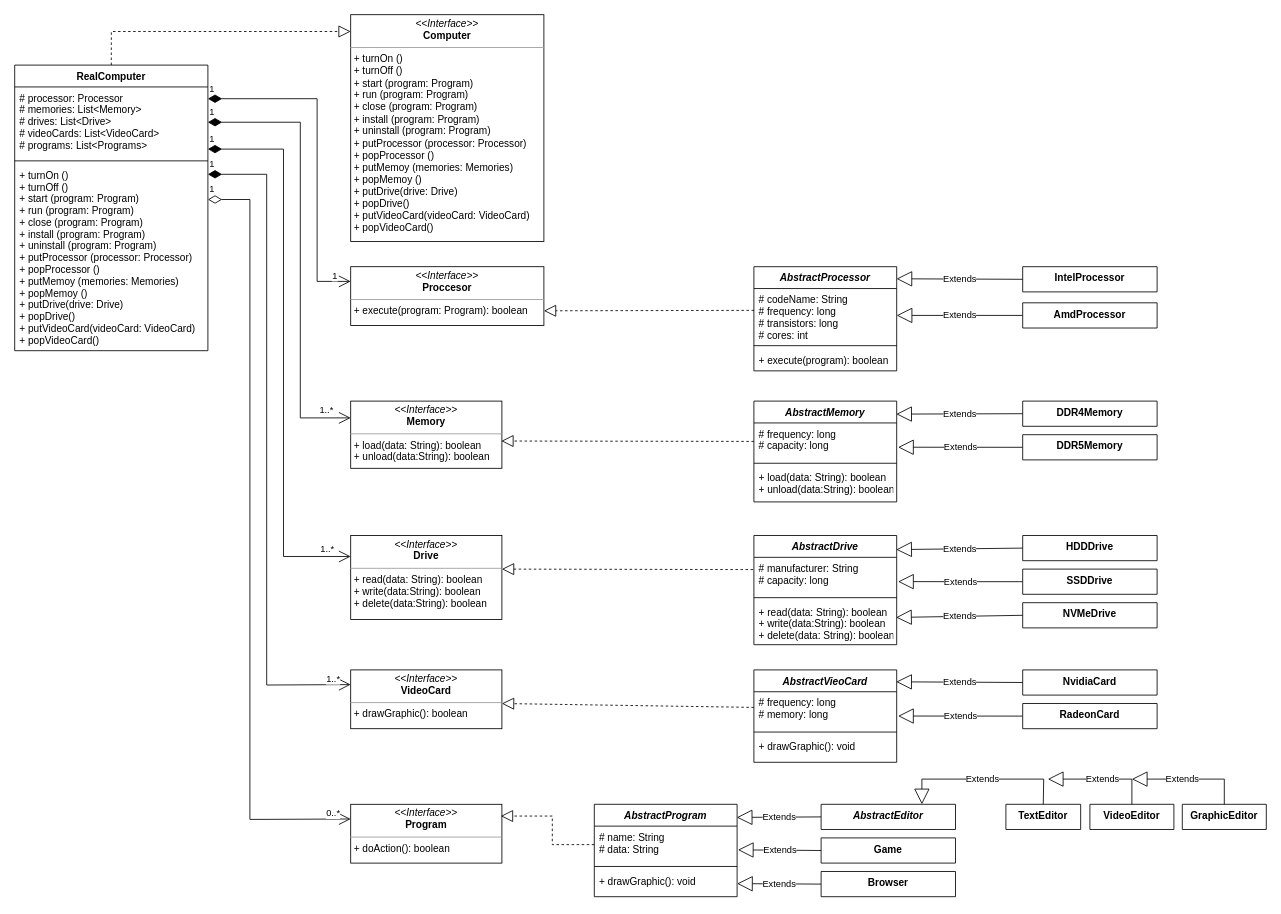
This is src/structural/bridge/bridge.drawio from SichniyAndriy/Avada_Task-5_Patterns, a draw.io file, before an edit. Source tidied: cells renumbered, new cells numbered last; positions are measured from the earlier drawing's top-left corner, leaving out a move shared by most shapes. Both pictures are drawn from the tidied source at 84%, with x=0, y=0 at pixel (14, 14).
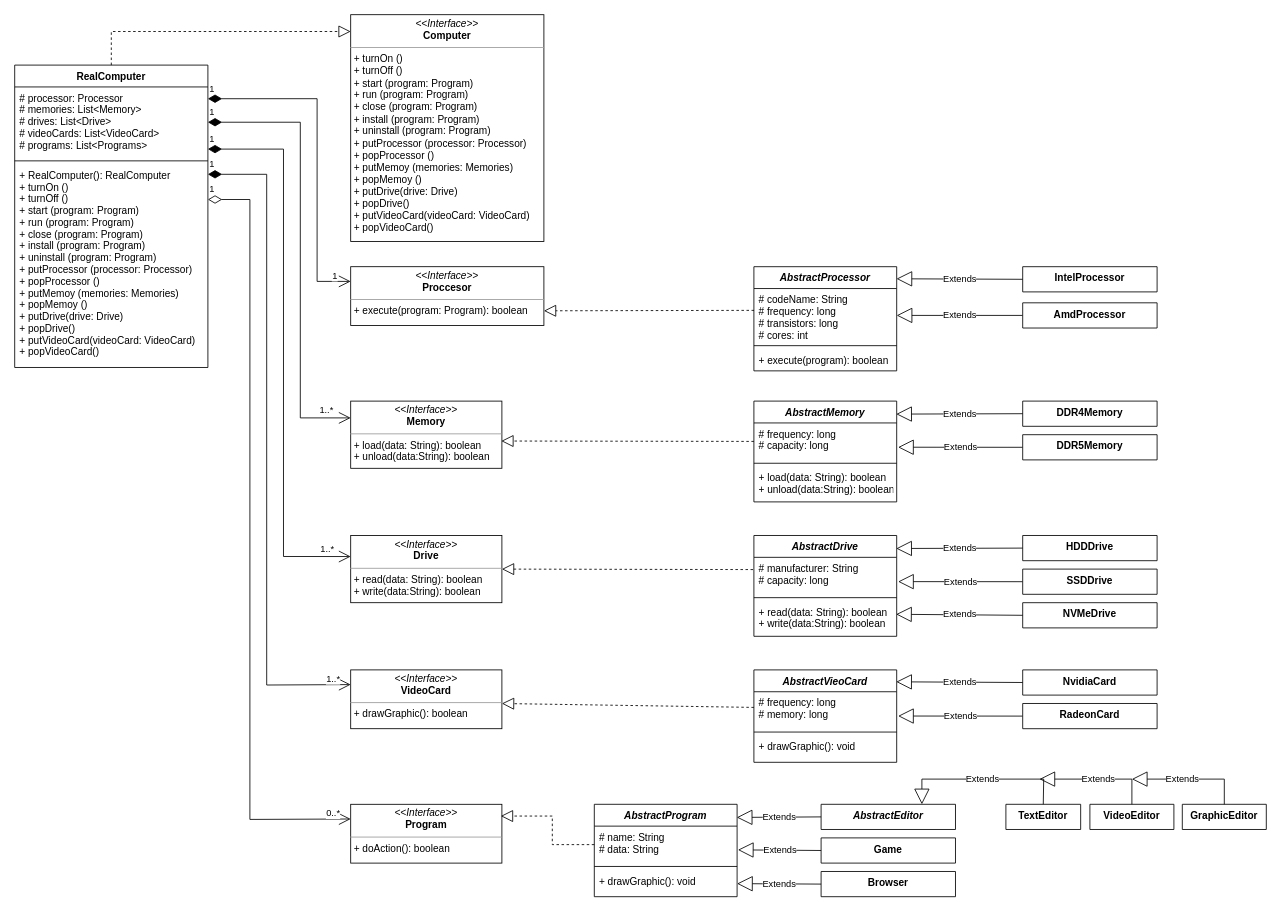
The same page after the edit.

Commit message (it also covers changes not shown here):
fix bridge diagram

The change refers to these unchanged cells:
```xml
<mxCell id="4" value="# processor: Processor&#10;# memories: List&lt;Memory&gt;&#10;# drives: List&lt;Drive&gt;&#10;# videoCards: List&lt;VideoCard&gt;&#10;# programs: List&lt;Programs&gt;" style="text;strokeColor=none;fillColor=none;align=left;verticalAlign=top;spacingLeft=4;spacingRight=4;overflow=hidden;points=[[0,0.5],[1,0.5]];portConstraint=eastwest;" parent="3" vertex="1">
  <mxGeometry y="26" width="230" height="84" as="geometry" />
</mxCell>
<mxCell id="66" value="VideoEditor" style="swimlane;fontStyle=1;align=center;verticalAlign=top;horizontal=1;startSize=52;" parent="1" vertex="1">
  <mxGeometry x="1280" y="940" width="100" height="30" as="geometry" />
</mxCell>
```

The edit, as a diff of the source:
```diff
@@
     <mxCell id="3" value="RealComputer" style="swimlane;fontStyle=1;align=center;verticalAlign=top;horizontal=1;startSize=26;" parent="1" vertex="1">
-      <mxGeometry y="60" width="230" height="340" as="geometry" />
+      <mxGeometry y="60" width="230" height="360" as="geometry" />
     </mxCell>
@@
-    <mxCell id="6" value="+ turnOn ()&#10;+ turnOff ()&#10;+ start (program: Program)&#10;+ run (program: Program)&#10;+ close (program: Program)&#10;+ install (program: Program)&#10;+ uninstall (program: Program)&#10;+ putProcessor (processor: Processor)&#10;+ popProcessor ()&#10;+ putMemoy (memories: Memories)&#10;+ popMemoy ()&#10;+ putDrive(drive: Drive)&#10;+ popDrive()&#10;+ putVideoCard(videoCard: VideoCard)&#10;+ popVideoCard()" style="text;strokeColor=none;fillColor=none;align=left;verticalAlign=top;spacingLeft=4;spacingRight=4;overflow=hidden;" parent="3" vertex="1">
-      <mxGeometry y="118" width="230" height="222" as="geometry" />
+    <mxCell id="6" value="+ RealComputer(): RealComputer&#10;+ turnOn ()&#10;+ turnOff ()&#10;+ start (program: Program)&#10;+ run (program: Program)&#10;+ close (program: Program)&#10;+ install (program: Program)&#10;+ uninstall (program: Program)&#10;+ putProcessor (processor: Processor)&#10;+ popProcessor ()&#10;+ putMemoy (memories: Memories)&#10;+ popMemoy ()&#10;+ putDrive(drive: Drive)&#10;+ popDrive()&#10;+ putVideoCard(videoCard: VideoCard)&#10;+ popVideoCard()" style="text;strokeColor=none;fillColor=none;align=left;verticalAlign=top;spacingLeft=4;spacingRight=4;overflow=hidden;" parent="3" vertex="1">
+      <mxGeometry y="118" width="230" height="242" as="geometry" />
     </mxCell>
@@
-    <mxCell id="28" value="&lt;p style=&quot;margin:0px;margin-top:4px;text-align:center;&quot;&gt;&lt;i&gt;&amp;lt;&amp;lt;Interface&amp;gt;&amp;gt;&lt;/i&gt;&lt;br&gt;&lt;b&gt;Drive&lt;/b&gt;&lt;/p&gt;&lt;hr size=&quot;1&quot;&gt;&lt;p style=&quot;margin:0px;margin-left:4px;&quot;&gt;+ read(data: String): boolean&lt;/p&gt;&lt;p style=&quot;margin:0px;margin-left:4px;&quot;&gt;+ write(data:String): boolean&lt;/p&gt;&lt;p style=&quot;margin:0px;margin-left:4px;&quot;&gt;+ delete(data:String): boolean&lt;br&gt;&lt;/p&gt;" style="verticalAlign=top;align=left;overflow=fill;fontSize=12;fontFamily=Helvetica;html=1;" parent="1" vertex="1">
-      <mxGeometry x="400" y="620" width="180" height="100" as="geometry" />
+    <mxCell id="28" value="&lt;p style=&quot;margin:0px;margin-top:4px;text-align:center;&quot;&gt;&lt;i&gt;&amp;lt;&amp;lt;Interface&amp;gt;&amp;gt;&lt;/i&gt;&lt;br&gt;&lt;b&gt;Drive&lt;/b&gt;&lt;/p&gt;&lt;hr size=&quot;1&quot;&gt;&lt;p style=&quot;margin:0px;margin-left:4px;&quot;&gt;+ read(data: String): boolean&lt;/p&gt;&lt;p style=&quot;margin:0px;margin-left:4px;&quot;&gt;+ write(data:String): boolean&lt;/p&gt;&lt;p style=&quot;margin:0px;margin-left:4px;&quot;&gt;&lt;br&gt;&lt;/p&gt;" style="verticalAlign=top;align=left;overflow=fill;fontSize=12;fontFamily=Helvetica;html=1;" parent="1" vertex="1">
+      <mxGeometry x="400" y="620" width="180" height="80" as="geometry" />
     </mxCell>
     <mxCell id="29" value="AbstractDrive" style="swimlane;fontStyle=3;align=center;verticalAlign=top;horizontal=1;startSize=26;" parent="1" vertex="1">
-      <mxGeometry x="880" y="620" width="170" height="130" as="geometry" />
+      <mxGeometry x="880" y="620" width="170" height="120" as="geometry" />
     </mxCell>
@@
-    <mxCell id="32" value="+ read(data: String): boolean&#10;+ write(data:String): boolean&#10;+ delete(data: String): boolean" style="text;strokeColor=none;fillColor=none;align=left;verticalAlign=top;spacingLeft=4;spacingRight=4;overflow=hidden;points=[[0,0.5],[1,0.5]];portConstraint=eastwest;" parent="29" vertex="1">
-      <mxGeometry y="78" width="170" height="52" as="geometry" />
+    <mxCell id="32" value="+ read(data: String): boolean&#10;+ write(data:String): boolean" style="text;strokeColor=none;fillColor=none;align=left;verticalAlign=top;spacingLeft=4;spacingRight=4;overflow=hidden;points=[[0,0.5],[1,0.5]];portConstraint=eastwest;" parent="29" vertex="1">
+      <mxGeometry y="78" width="170" height="42" as="geometry" />
     </mxCell>
@@
-    <mxCell id="59" value="1" style="endArrow=open;html=1;endSize=12;startArrow=diamondThin;startSize=14;startFill=1;align=left;verticalAlign=bottom;rounded=0;exitX=1;exitY=0.881;exitDx=0;exitDy=0;exitPerimeter=0;entryX=0;entryY=0.25;entryDx=0;entryDy=0;" parent="1" edge="1" source="4" target="28">
+    <mxCell id="59" value="1" style="endArrow=open;html=1;endSize=12;startArrow=diamondThin;startSize=14;startFill=1;align=left;verticalAlign=bottom;rounded=0;exitX=1;exitY=0.881;exitDx=0;exitDy=0;exitPerimeter=0;entryX=0;entryY=0.313;entryDx=0;entryDy=0;entryPerimeter=0;" parent="1" edge="1" source="4" target="28">
       <mxGeometry x="-1" y="3" relative="1" as="geometry">
         <Array as="points">
           <mxPoint x="320" y="160" />
           <mxPoint x="320" y="645" />
         </Array>
       </mxGeometry>
     </mxCell>
@@
     <mxCell id="69" value="Extends" style="endArrow=block;endSize=16;endFill=0;html=1;rounded=0;exitX=0.5;exitY=0;exitDx=0;exitDy=0;" parent="1" edge="1" source="66">
       <mxGeometry relative="1" as="geometry">
-        <mxPoint x="1230" y="910" as="targetPoint" />
+        <mxPoint x="1220" y="910" as="targetPoint" />
         <Array as="points">
           <mxPoint x="1330" y="910" />
         </Array>
       </mxGeometry>
     </mxCell>
```
